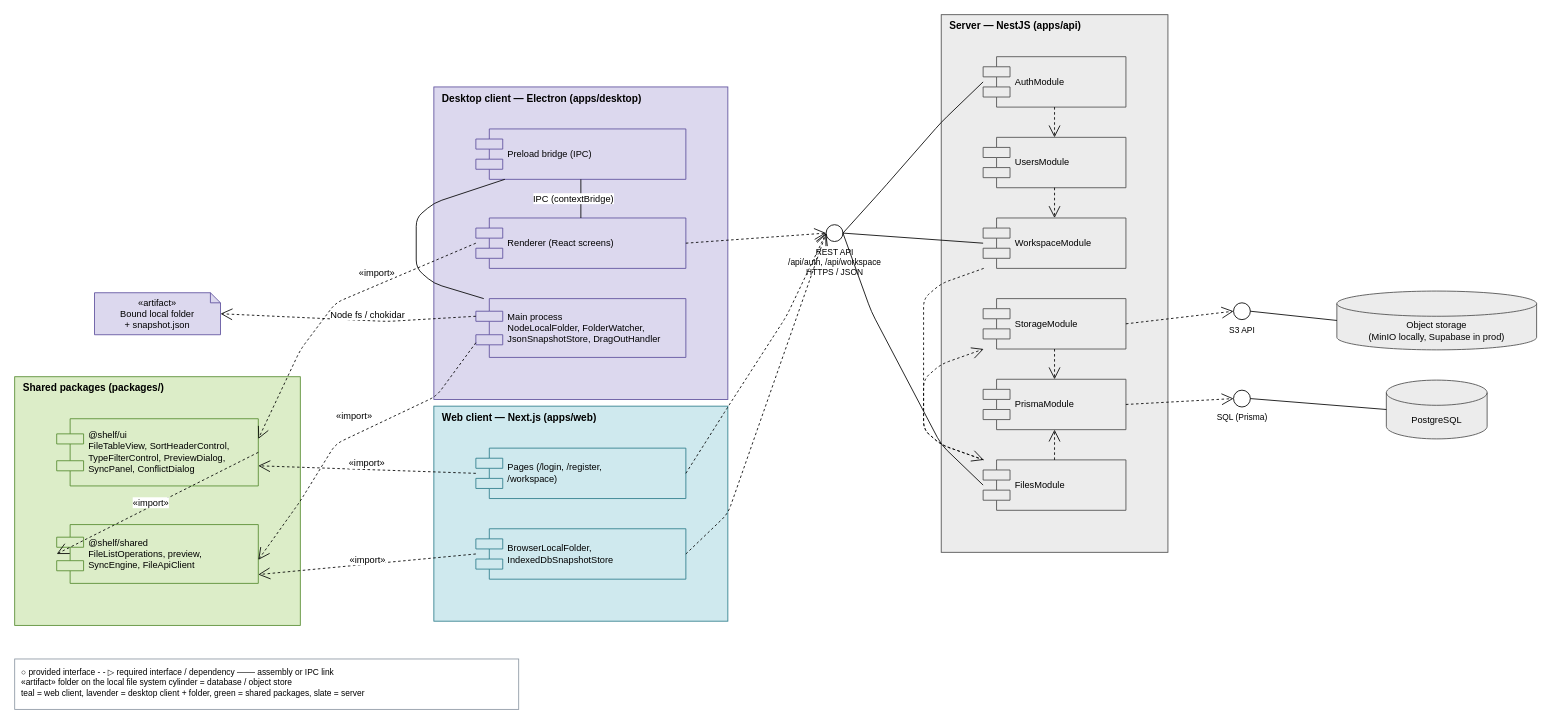
Before: docs/uml/drawio/09-component.drawio in NONAME-lf/shelf, a draw.io diagram. Source tidied: cells renumbered, new cells numbered last; positions are measured from the earlier drawing's top-left corner, leaving out a move shared by most shapes. Both pictures are drawn from the tidied source at 84%, with x=0, y=0 at pixel (14, 14).
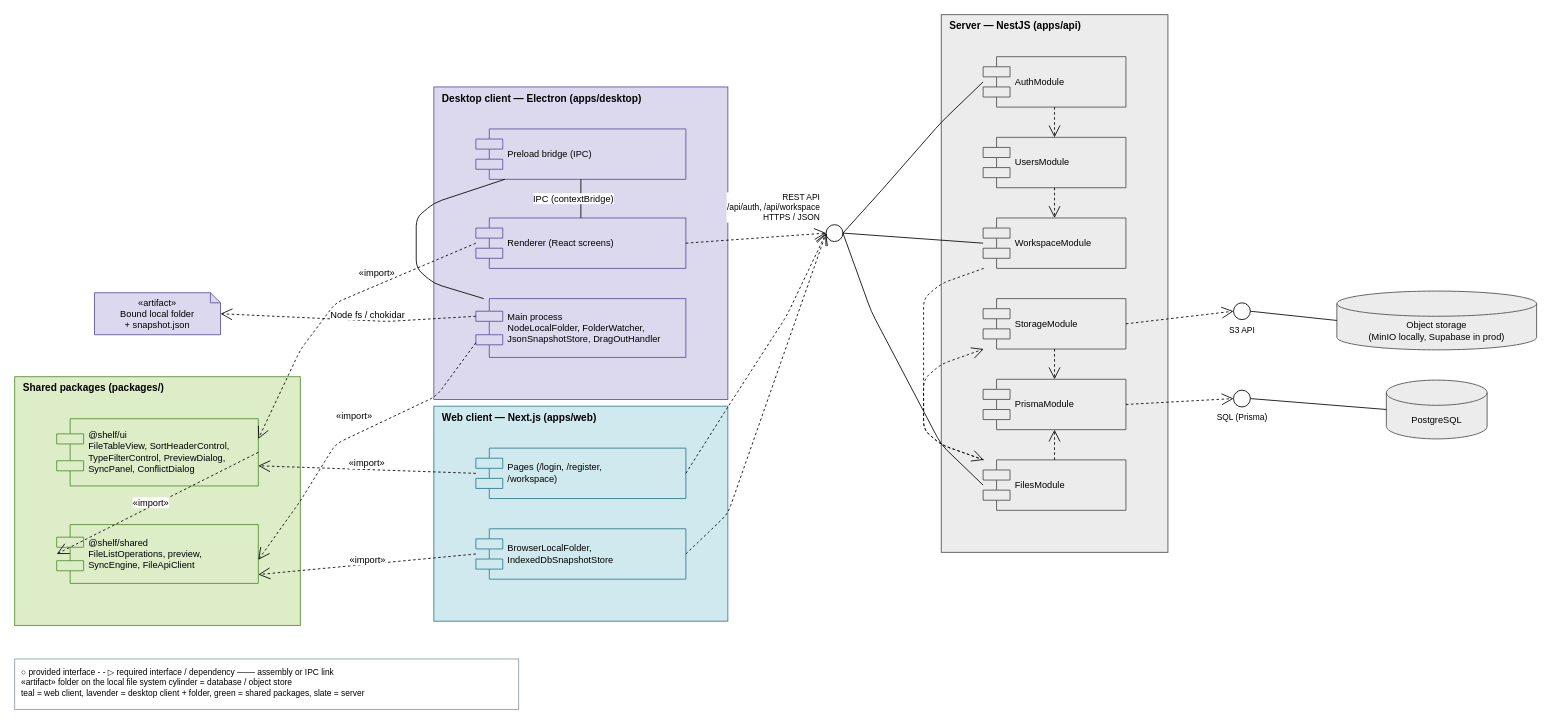
The same diagram, later.

Commit message (it also covers changes not shown here):
docs(uml): move the REST API interface label clear of the consumer edges

What changed in the source:
```diff
@@
-    <mxCell id="14" value="REST API&lt;br&gt;/api/auth, /api/workspace&lt;br&gt;HTTPS / JSON" style="ellipse;html=1;verticalLabelPosition=bottom;labelBackgroundColor=#ffffff;verticalAlign=top;fontSize=10;fillColor=#ffffff;strokeColor=#000000;" parent="1" vertex="1">
+    <mxCell id="14" value="REST API&lt;br&gt;/api/auth, /api/workspace&lt;br&gt;HTTPS / JSON" style="ellipse;html=1;verticalLabelPosition=top;labelBackgroundColor=#ffffff;verticalAlign=bottom;fontSize=10;fillColor=#ffffff;strokeColor=#000000;labelPosition=left;align=right;spacingRight=6;" parent="1" vertex="1">
       <mxGeometry x="966" y="250" width="20" height="20" as="geometry" />
     </mxCell>
```
